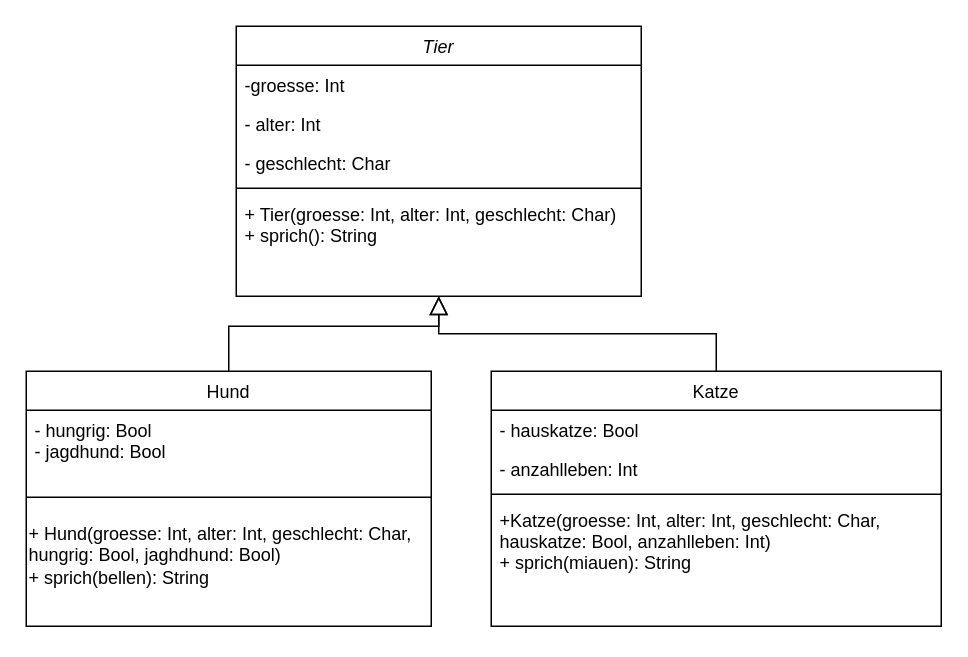
Above: Übg24.drawio in AndreasThum/UML-Notes (draw.io), before the change. Source tidied: cells renumbered, new cells numbered last; positions are measured from the earlier drawing's top-left corner, leaving out a move shared by most shapes. Both pictures are drawn from the tidied source at 150%, with x=0, y=0 at pixel (26, 26).
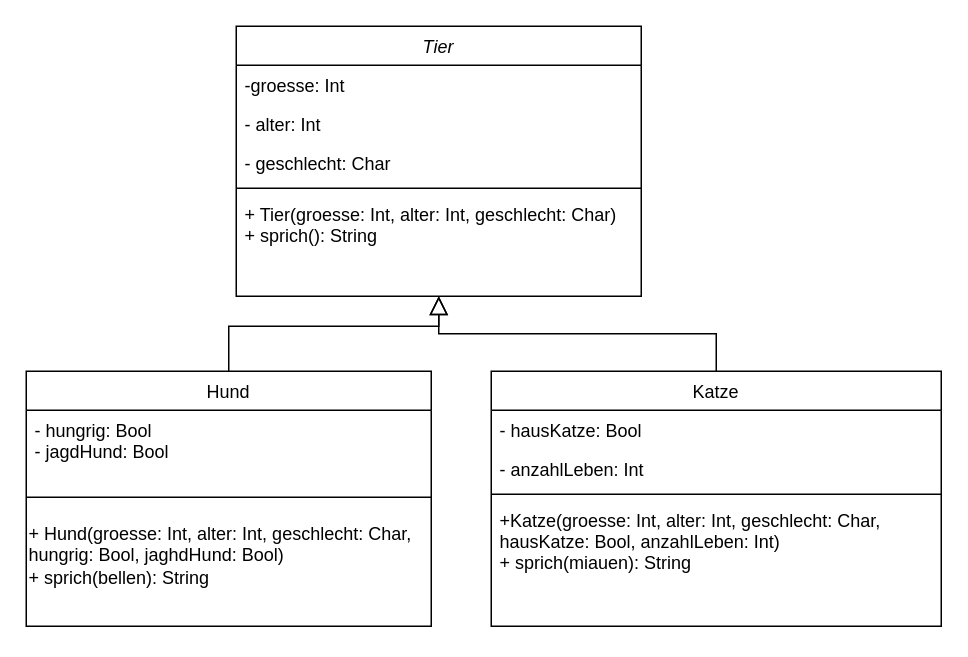
The same page after the edit.

Unchanged cells that the change refers to:
```xml
<mxCell id="8" value="Katze" style="swimlane;fontStyle=0;align=center;verticalAlign=top;horizontal=1;startSize=26;rounded=0;shadow=0;strokeWidth=1;" parent="1" vertex="1">
  <mxGeometry x="310" y="230" width="300" height="170" as="geometry" />
</mxCell>
<mxCell id="14" value="Hund" style="swimlane;fontStyle=0;align=center;verticalAlign=top;horizontal=1;startSize=26;rounded=0;shadow=0;strokeWidth=1;" parent="1" vertex="1">
  <mxGeometry y="230" width="270" height="170" as="geometry" />
</mxCell>
```

What changed in the source:
```diff
@@
-    <mxCell id="9" value="- hauskatze: Bool" style="text;align=left;verticalAlign=top;spacingLeft=4;spacingRight=4;overflow=hidden;" parent="8" vertex="1">
+    <mxCell id="9" value="- hausKatze: Bool" style="text;align=left;verticalAlign=top;spacingLeft=4;spacingRight=4;overflow=hidden;" parent="8" vertex="1">
       <mxGeometry y="26" width="300" height="26" as="geometry" />
     </mxCell>
-    <mxCell id="10" value="- anzahlleben: Int&#10;&#10;" style="text;align=left;verticalAlign=top;spacingLeft=4;spacingRight=4;overflow=hidden;rounded=0;shadow=0;html=0;" parent="8" vertex="1">
+    <mxCell id="10" value="- anzahlLeben: Int&#10;&#10;" style="text;align=left;verticalAlign=top;spacingLeft=4;spacingRight=4;overflow=hidden;rounded=0;shadow=0;html=0;" parent="8" vertex="1">
       <mxGeometry y="52" width="300" height="26" as="geometry" />
     </mxCell>
@@
-    <mxCell id="12" value="+Katze(groesse: Int, alter: Int, geschlecht: Char, &#10;hauskatze: Bool, anzahlleben: Int)&#10;+ sprich(miauen): String" style="text;align=left;verticalAlign=top;spacingLeft=4;spacingRight=4;overflow=hidden;fontStyle=0;" parent="8" vertex="1">
+    <mxCell id="12" value="+Katze(groesse: Int, alter: Int, geschlecht: Char, &#10;hausKatze: Bool, anzahlLeben: Int)&#10;+ sprich(miauen): String" style="text;align=left;verticalAlign=top;spacingLeft=4;spacingRight=4;overflow=hidden;fontStyle=0;" parent="8" vertex="1">
       <mxGeometry y="86" width="300" height="84" as="geometry" />
     </mxCell>
@@
-    <mxCell id="15" value="- hungrig: Bool&#10;- jagdhund: Bool" style="text;align=left;verticalAlign=top;spacingLeft=4;spacingRight=4;overflow=hidden;" parent="14" vertex="1">
+    <mxCell id="15" value="- hungrig: Bool&#10;- jagdHund: Bool" style="text;align=left;verticalAlign=top;spacingLeft=4;spacingRight=4;overflow=hidden;" parent="14" vertex="1">
       <mxGeometry y="26" width="270" height="44" as="geometry" />
     </mxCell>
@@
-    <mxCell id="17" value="+ Hund(groesse: Int, alter: Int, geschlecht: Char, &lt;br&gt;hungrig: Bool, jaghdhund: Bool)&lt;div&gt;+ sprich(bellen): String&lt;/div&gt;" style="text;html=1;align=left;verticalAlign=middle;" parent="14" vertex="1">
+    <mxCell id="17" value="+ Hund(groesse: Int, alter: Int, geschlecht: Char, &lt;br&gt;hungrig: Bool, jaghdHund: Bool)&lt;div&gt;+ sprich(bellen): String&lt;/div&gt;" style="text;html=1;align=left;verticalAlign=middle;" parent="14" vertex="1">
       <mxGeometry y="98" width="270" height="50" as="geometry" />
     </mxCell>
```
